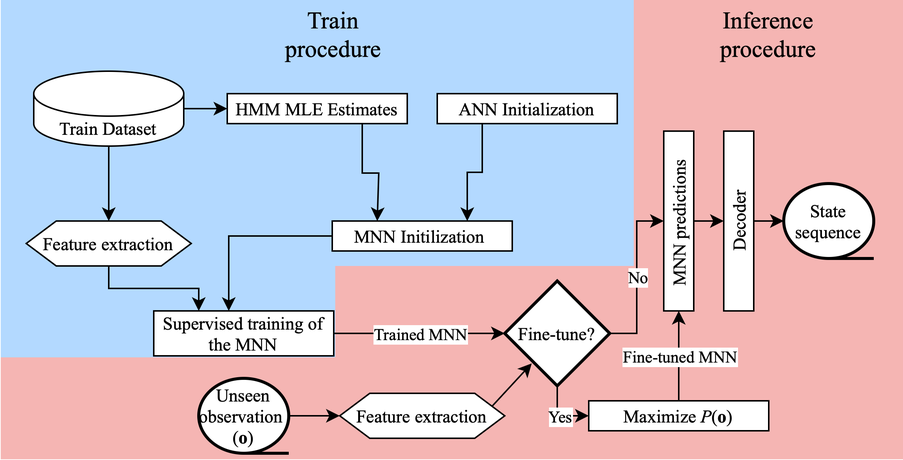
Above: figures/Flowchart_color.png in miguelmartins/mnn (draw.io), before the change. Source tidied: cells renumbered, new cells last; positions are measured from the earlier drawing's top-left corner, leaving out a move shared by most shapes.
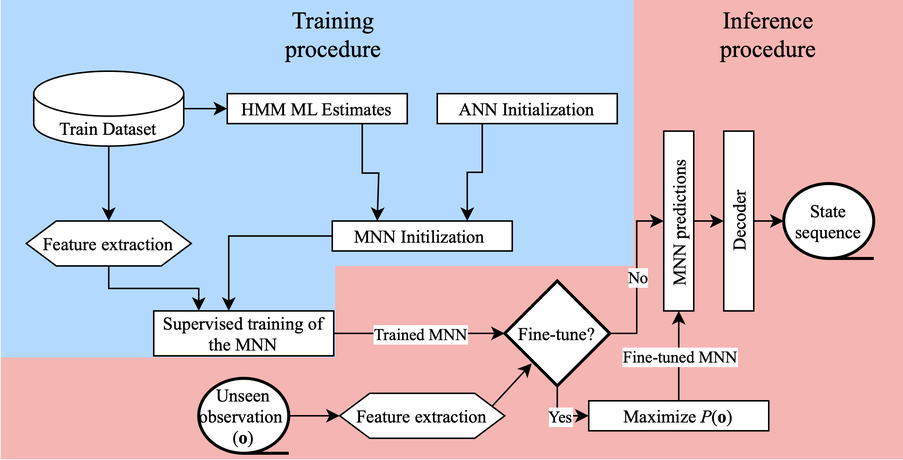
Later version of the same file.

What changed in the source:
```diff
@@ -35,7 +35,7 @@
     <mxCell id="12" style="endArrow=classic;html=1;rounded=0;exitX=1;exitY=0.5;exitDx=0;exitDy=0;exitPerimeter=0;entryX=0;entryY=0.5;entryDx=0;entryDy=0;" parent="1" edge="1" source="7" target="13">
       <mxGeometry relative="1" as="geometry" />
     </mxCell>
-    <mxCell id="13" value="&lt;font face=&quot;Times New Roman&quot;&gt;HMM MLE Estimates&lt;/font&gt;" style="rounded=0;whiteSpace=wrap;html=1;" parent="1" vertex="1">
+    <mxCell id="13" value="&lt;font face=&quot;Times New Roman&quot;&gt;HMM ML Estimates&lt;/font&gt;" style="rounded=0;whiteSpace=wrap;html=1;" parent="1" vertex="1">
       <mxGeometry x="151" y="63" width="120" height="20" as="geometry" />
     </mxCell>
     <mxCell id="14" value="&lt;font face=&quot;Times New Roman&quot;&gt;MNN Initilization&amp;nbsp;&lt;/font&gt;" style="rounded=0;whiteSpace=wrap;html=1;" parent="1" vertex="1">
@@ -113,7 +113,7 @@
     <mxCell id="36" value="&lt;font face=&quot;Times New Roman&quot;&gt;Fine-tuned MNN&lt;/font&gt;" style="edgeLabel;html=1;align=center;verticalAlign=middle;" parent="35" vertex="1">
       <mxGeometry relative="1" as="geometry" />
     </mxCell>
-    <mxCell id="37" value="&lt;font style=&quot;font-size: 16px;&quot; face=&quot;Times New Roman&quot;&gt;Train procedure&lt;/font&gt;" style="text;html=1;strokeColor=none;fillColor=none;align=center;verticalAlign=middle;whiteSpace=wrap;rounded=0;" parent="1" vertex="1">
+    <mxCell id="37" value="&lt;font style=&quot;font-size: 16px;&quot; face=&quot;Times New Roman&quot;&gt;Training procedure&lt;/font&gt;" style="text;html=1;strokeColor=none;fillColor=none;align=center;verticalAlign=middle;whiteSpace=wrap;rounded=0;" parent="1" vertex="1">
       <mxGeometry x="192" y="8" width="60" height="30" as="geometry" />
     </mxCell>
     <mxCell id="38" value="&lt;font style=&quot;font-size: 16px;&quot; face=&quot;Times New Roman&quot;&gt;Inference procedure&lt;/font&gt;" style="text;html=1;strokeColor=none;fillColor=none;align=center;verticalAlign=middle;whiteSpace=wrap;rounded=0;" parent="1" vertex="1">
```
